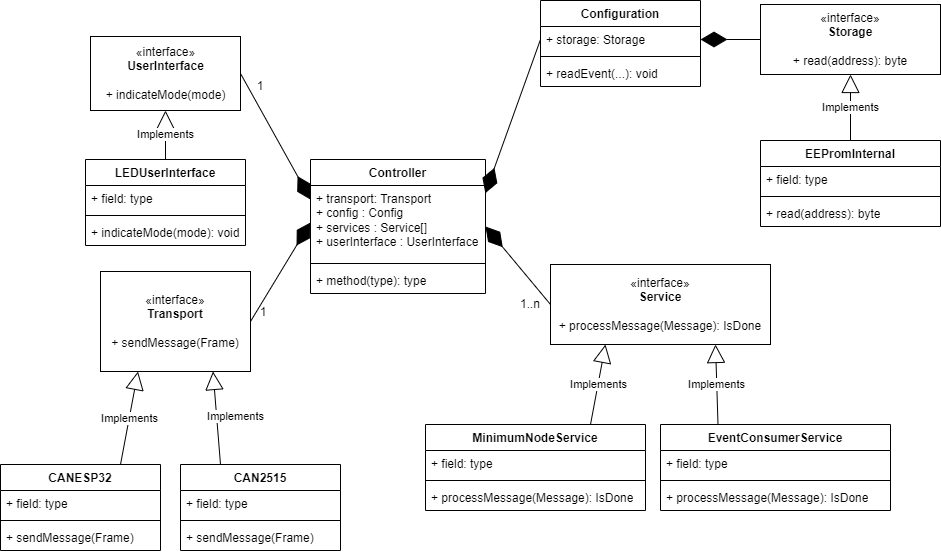
Before: docs/VLCB-Arduino-Classes.png, a diagram exported from draw.io (SvenRosvall/VLCB-Arduino). Source tidied: cells renumbered, new cells last; positions are measured from the earlier drawing's top-left corner, leaving out a move shared by most shapes.
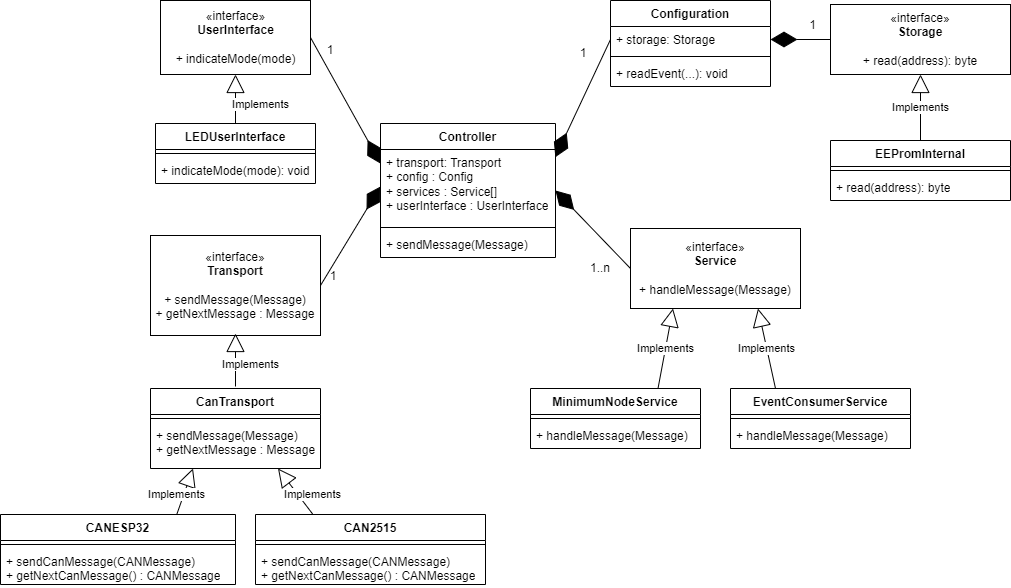
Later version of the same file.

Commit message:
Add documentation on CAN Transport.

Change to the diagram source:
```diff
@@ -11,79 +11,62 @@
     <mxCell id="4" style="line;strokeWidth=1;fillColor=none;align=left;verticalAlign=middle;spacingTop=-1;spacingLeft=3;spacingRight=3;labelPosition=right;strokeColor=inherit;" parent="2" vertex="1">
       <mxGeometry y="100" width="175" height="8" as="geometry" />
     </mxCell>
-    <mxCell id="5" value="+ method(type): type" style="text;strokeColor=none;fillColor=none;align=left;verticalAlign=top;spacingLeft=4;spacingRight=4;overflow=hidden;whiteSpace=wrap;html=1;" parent="2" vertex="1">
+    <mxCell id="5" value="+ sendMessage(Message)" style="text;strokeColor=none;fillColor=none;align=left;verticalAlign=top;spacingLeft=4;spacingRight=4;overflow=hidden;whiteSpace=wrap;html=1;" parent="2" vertex="1">
       <mxGeometry y="108" width="175" height="26" as="geometry" />
     </mxCell>
-    <mxCell id="6" value="«interface»&lt;br&gt;&lt;b&gt;Transport&lt;br&gt;&lt;br&gt;&lt;/b&gt;+ sendMessage(Frame)&lt;b&gt;&lt;br&gt;&lt;/b&gt;" style="html=1;whiteSpace=wrap;" parent="1" vertex="1">
-      <mxGeometry x="100" y="271" width="150" height="100" as="geometry" />
+    <mxCell id="6" value="«interface»&lt;br&gt;&lt;b&gt;Transport&lt;br&gt;&lt;br&gt;&lt;/b&gt;+ sendMessage(Message)&lt;br&gt;+ getNextMessage : Message" style="html=1;whiteSpace=wrap;" parent="1" vertex="1">
+      <mxGeometry x="80" y="271" width="170" height="100" as="geometry" />
     </mxCell>
-    <mxCell id="7" style="edgeStyle=orthogonalEdgeStyle;rounded=0;jettySize=auto;html=1;exitX=0.75;exitY=0;exitDx=0;exitDy=0;" parent="1" edge="1" source="8">
-      <mxGeometry relative="1" as="geometry">
-        <mxPoint x="310" y="474" as="targetPoint" />
-      </mxGeometry>
-    </mxCell>
     <mxCell id="8" value="CAN2515" style="swimlane;fontStyle=1;align=center;verticalAlign=top;horizontal=1;startSize=26;whiteSpace=wrap;html=1;" parent="1" vertex="1">
-      <mxGeometry x="180" y="464" width="160" height="86" as="geometry" />
+      <mxGeometry x="185" y="550" width="230" height="70" as="geometry" />
     </mxCell>
-    <mxCell id="9" value="+ field: type" style="text;strokeColor=none;fillColor=none;align=left;verticalAlign=top;spacingLeft=4;spacingRight=4;overflow=hidden;whiteSpace=wrap;html=1;" parent="8" vertex="1">
-      <mxGeometry y="26" width="160" height="26" as="geometry" />
-    </mxCell>
     <mxCell id="10" style="line;strokeWidth=1;fillColor=none;align=left;verticalAlign=middle;spacingTop=-1;spacingLeft=3;spacingRight=3;labelPosition=right;strokeColor=inherit;" parent="8" vertex="1">
-      <mxGeometry y="52" width="160" height="8" as="geometry" />
+      <mxGeometry y="26" width="230" height="8" as="geometry" />
     </mxCell>
-    <mxCell id="11" value="+ sendMessage(Frame)" style="text;strokeColor=none;fillColor=none;align=left;verticalAlign=top;spacingLeft=4;spacingRight=4;overflow=hidden;whiteSpace=wrap;html=1;" parent="8" vertex="1">
-      <mxGeometry y="60" width="160" height="26" as="geometry" />
+    <mxCell id="11" value="+ sendCanMessage(CANMessage)&lt;br&gt;+ getNextCanMessage() : CANMessage" style="text;strokeColor=none;fillColor=none;align=left;verticalAlign=top;spacingLeft=4;spacingRight=4;overflow=hidden;whiteSpace=wrap;html=1;" parent="8" vertex="1">
+      <mxGeometry y="34" width="230" height="36" as="geometry" />
     </mxCell>
     <mxCell id="12" value="CANESP32" style="swimlane;fontStyle=1;align=center;verticalAlign=top;horizontal=1;startSize=26;whiteSpace=wrap;html=1;" parent="1" vertex="1">
-      <mxGeometry y="464" width="160" height="86" as="geometry" />
+      <mxGeometry x="-70" y="550" width="235" height="70" as="geometry" />
     </mxCell>
-    <mxCell id="13" value="+ field: type" style="text;strokeColor=none;fillColor=none;align=left;verticalAlign=top;spacingLeft=4;spacingRight=4;overflow=hidden;whiteSpace=wrap;html=1;" parent="12" vertex="1">
-      <mxGeometry y="26" width="160" height="26" as="geometry" />
-    </mxCell>
     <mxCell id="14" style="line;strokeWidth=1;fillColor=none;align=left;verticalAlign=middle;spacingTop=-1;spacingLeft=3;spacingRight=3;labelPosition=right;strokeColor=inherit;" parent="12" vertex="1">
-      <mxGeometry y="52" width="160" height="8" as="geometry" />
+      <mxGeometry y="26" width="235" height="8" as="geometry" />
     </mxCell>
-    <mxCell id="15" value="+ sendMessage(Frame)" style="text;strokeColor=none;fillColor=none;align=left;verticalAlign=top;spacingLeft=4;spacingRight=4;overflow=hidden;whiteSpace=wrap;html=1;" parent="12" vertex="1">
-      <mxGeometry y="60" width="160" height="26" as="geometry" />
+    <mxCell id="15" value="+ sendCanMessage(CANMessage)&lt;br&gt;+ getNextCanMessage() : CANMessage" style="text;strokeColor=none;fillColor=none;align=left;verticalAlign=top;spacingLeft=4;spacingRight=4;overflow=hidden;whiteSpace=wrap;html=1;" parent="12" vertex="1">
+      <mxGeometry y="34" width="235" height="36" as="geometry" />
     </mxCell>
-    <mxCell id="16" value="Implements" style="endArrow=block;endSize=16;endFill=0;html=1;rounded=0;entryX=0.75;entryY=1;entryDx=0;entryDy=0;exitX=0.25;exitY=0;exitDx=0;exitDy=0;" parent="1" edge="1" source="8" target="6">
-      <mxGeometry x="0.01" y="-19" relative="1" as="geometry" />
+    <mxCell id="16" value="Implements" style="endArrow=block;endSize=16;endFill=0;html=1;rounded=0;entryX=0.75;entryY=1;entryDx=0;entryDy=0;exitX=0.25;exitY=0;exitDx=0;exitDy=0;" parent="1" edge="1" source="8" target="53">
+      <mxGeometry x="-0.45" y="-12" relative="1" as="geometry" />
     </mxCell>
-    <mxCell id="17" value="Implements" style="endArrow=block;endSize=16;endFill=0;html=1;rounded=0;exitX=0.75;exitY=0;exitDx=0;exitDy=0;entryX=0.25;entryY=1;entryDx=0;entryDy=0;" parent="1" edge="1" source="12" target="6">
-      <mxGeometry relative="1" as="geometry" />
+    <mxCell id="17" value="Implements" style="endArrow=block;endSize=16;endFill=0;html=1;rounded=0;exitX=0.75;exitY=0;exitDx=0;exitDy=0;entryX=0.25;entryY=1;entryDx=0;entryDy=0;" parent="1" edge="1" source="12" target="53">
+      <mxGeometry x="-0.23" y="7" relative="1" as="geometry" />
     </mxCell>
     <mxCell id="18" style="endArrow=diamondThin;endFill=1;endSize=24;html=1;rounded=0;exitX=1;exitY=0.5;exitDx=0;exitDy=0;entryX=0;entryY=0.5;entryDx=0;entryDy=0;" parent="1" edge="1" source="6" target="3">
       <mxGeometry relative="1" as="geometry" />
     </mxCell>
-    <mxCell id="19" value="«interface»&lt;br&gt;&lt;b&gt;Service&lt;br&gt;&lt;br&gt;&lt;/b&gt;+ processMessage(Message): IsDone&lt;b&gt;&lt;br&gt;&lt;/b&gt;" style="html=1;whiteSpace=wrap;" parent="1" vertex="1">
-      <mxGeometry x="550" y="264" width="220" height="80" as="geometry" />
+    <mxCell id="19" value="«interface»&lt;br&gt;&lt;b&gt;Service&lt;br&gt;&lt;br&gt;&lt;/b&gt;+ handleMessage(Message)&lt;b&gt;&lt;br&gt;&lt;/b&gt;" style="html=1;whiteSpace=wrap;" parent="1" vertex="1">
+      <mxGeometry x="560" y="264" width="170" height="80" as="geometry" />
     </mxCell>
     <mxCell id="20" value="MinimumNodeService" style="swimlane;fontStyle=1;align=center;verticalAlign=top;horizontal=1;startSize=26;whiteSpace=wrap;html=1;" parent="1" vertex="1">
-      <mxGeometry x="425" y="424" width="220" height="86" as="geometry" />
+      <mxGeometry x="460" y="424" width="170" height="60" as="geometry" />
     </mxCell>
-    <mxCell id="21" value="+ field: type" style="text;strokeColor=none;fillColor=none;align=left;verticalAlign=top;spacingLeft=4;spacingRight=4;overflow=hidden;whiteSpace=wrap;html=1;" parent="20" vertex="1">
-      <mxGeometry y="26" width="220" height="26" as="geometry" />
-    </mxCell>
     <mxCell id="22" style="line;strokeWidth=1;fillColor=none;align=left;verticalAlign=middle;spacingTop=-1;spacingLeft=3;spacingRight=3;labelPosition=right;strokeColor=inherit;" parent="20" vertex="1">
-      <mxGeometry y="52" width="220" height="8" as="geometry" />
+      <mxGeometry y="26" width="170" height="8" as="geometry" />
     </mxCell>
-    <mxCell id="23" value="+ processMessage(Message): IsDone" style="text;strokeColor=none;fillColor=none;align=left;verticalAlign=top;spacingLeft=4;spacingRight=4;overflow=hidden;whiteSpace=wrap;html=1;" parent="20" vertex="1">
-      <mxGeometry y="60" width="220" height="26" as="geometry" />
+    <mxCell id="23" value="+ handleMessage(Message)" style="text;strokeColor=none;fillColor=none;align=left;verticalAlign=top;spacingLeft=4;spacingRight=4;overflow=hidden;whiteSpace=wrap;html=1;" parent="20" vertex="1">
+      <mxGeometry y="34" width="170" height="26" as="geometry" />
     </mxCell>
     <mxCell id="24" value="Implements" style="endArrow=block;endSize=16;endFill=0;html=1;rounded=0;entryX=0.25;entryY=1;entryDx=0;entryDy=0;exitX=0.75;exitY=0;exitDx=0;exitDy=0;" parent="1" edge="1" source="20" target="19">
       <mxGeometry relative="1" as="geometry" />
     </mxCell>
     <mxCell id="25" value="EventConsumerService" style="swimlane;fontStyle=1;align=center;verticalAlign=top;horizontal=1;startSize=26;whiteSpace=wrap;html=1;" parent="1" vertex="1">
-      <mxGeometry x="660" y="424" width="230" height="86" as="geometry" />
+      <mxGeometry x="660" y="424" width="180" height="60" as="geometry" />
     </mxCell>
-    <mxCell id="26" value="+ field: type" style="text;strokeColor=none;fillColor=none;align=left;verticalAlign=top;spacingLeft=4;spacingRight=4;overflow=hidden;whiteSpace=wrap;html=1;" parent="25" vertex="1">
-      <mxGeometry y="26" width="230" height="26" as="geometry" />
-    </mxCell>
     <mxCell id="27" style="line;strokeWidth=1;fillColor=none;align=left;verticalAlign=middle;spacingTop=-1;spacingLeft=3;spacingRight=3;labelPosition=right;strokeColor=inherit;" parent="25" vertex="1">
-      <mxGeometry y="52" width="230" height="8" as="geometry" />
+      <mxGeometry y="26" width="180" height="8" as="geometry" />
     </mxCell>
-    <mxCell id="28" value="+ processMessage(Message): IsDone" style="text;strokeColor=none;fillColor=none;align=left;verticalAlign=top;spacingLeft=4;spacingRight=4;overflow=hidden;whiteSpace=wrap;html=1;" parent="25" vertex="1">
-      <mxGeometry y="60" width="230" height="26" as="geometry" />
+    <mxCell id="28" value="+ handleMessage(Message)" style="text;strokeColor=none;fillColor=none;align=left;verticalAlign=top;spacingLeft=4;spacingRight=4;overflow=hidden;whiteSpace=wrap;html=1;" parent="25" vertex="1">
+      <mxGeometry y="34" width="180" height="26" as="geometry" />
     </mxCell>
     <mxCell id="29" value="Implements" style="endArrow=block;endSize=16;endFill=0;html=1;rounded=0;exitX=0.25;exitY=0;exitDx=0;exitDy=0;entryX=0.75;entryY=1;entryDx=0;entryDy=0;" parent="1" edge="1" source="25" target="19">
       <mxGeometry relative="1" as="geometry" />
@@ -98,10 +81,10 @@
       <mxGeometry x="238" y="300" width="50" height="23" as="geometry" />
     </mxCell>
     <mxCell id="33" value="«interface»&lt;br&gt;&lt;b&gt;Storage&lt;br&gt;&lt;br&gt;&lt;/b&gt;+ read(address): byte&lt;b&gt;&lt;br&gt;&lt;/b&gt;" style="html=1;whiteSpace=wrap;" parent="1" vertex="1">
-      <mxGeometry x="760" y="4" width="180" height="70" as="geometry" />
+      <mxGeometry x="760" y="40" width="180" height="70" as="geometry" />
     </mxCell>
     <mxCell id="34" value="Configuration" style="swimlane;fontStyle=1;align=center;verticalAlign=top;horizontal=1;startSize=26;whiteSpace=wrap;html=1;" parent="1" vertex="1">
-      <mxGeometry x="540" width="160" height="86" as="geometry" />
+      <mxGeometry x="540" y="36" width="160" height="86" as="geometry" />
     </mxCell>
     <mxCell id="35" value="+ storage: Storage" style="text;strokeColor=none;fillColor=none;align=left;verticalAlign=top;spacingLeft=4;spacingRight=4;overflow=hidden;points=[[0,0.5],[1,0.5]];portConstraint=eastwest;whiteSpace=wrap;html=1;" parent="34" vertex="1">
       <mxGeometry y="26" width="160" height="26" as="geometry" />
@@ -122,16 +105,13 @@
       <mxGeometry relative="1" as="geometry" />
     </mxCell>
     <mxCell id="41" value="EEPromInternal" style="swimlane;fontStyle=1;align=center;verticalAlign=top;horizontal=1;startSize=26;whiteSpace=wrap;html=1;" parent="1" vertex="1">
-      <mxGeometry x="760" y="140" width="180" height="86" as="geometry" />
+      <mxGeometry x="760" y="176" width="180" height="60" as="geometry" />
     </mxCell>
-    <mxCell id="42" value="+ field: type" style="text;strokeColor=none;fillColor=none;align=left;verticalAlign=top;spacingLeft=4;spacingRight=4;overflow=hidden;whiteSpace=wrap;html=1;" parent="41" vertex="1">
-      <mxGeometry y="26" width="180" height="26" as="geometry" />
-    </mxCell>
     <mxCell id="43" style="line;strokeWidth=1;fillColor=none;align=left;verticalAlign=middle;spacingTop=-1;spacingLeft=3;spacingRight=3;labelPosition=right;strokeColor=inherit;" parent="41" vertex="1">
-      <mxGeometry y="52" width="180" height="8" as="geometry" />
+      <mxGeometry y="26" width="180" height="8" as="geometry" />
     </mxCell>
     <mxCell id="44" value="+ read(address): byte" style="text;strokeColor=none;fillColor=none;align=left;verticalAlign=top;spacingLeft=4;spacingRight=4;overflow=hidden;whiteSpace=wrap;html=1;" parent="41" vertex="1">
-      <mxGeometry y="60" width="180" height="26" as="geometry" />
+      <mxGeometry y="34" width="180" height="26" as="geometry" />
     </mxCell>
     <mxCell id="45" value="«interface»&lt;br&gt;&lt;b&gt;UserInterface&lt;/b&gt;&lt;br&gt;&lt;br&gt;+ indicateMode(mode)" style="html=1;" parent="1" vertex="1">
       <mxGeometry x="90" y="36" width="150" height="74" as="geometry" />
@@ -143,19 +123,37 @@
       <mxGeometry x="235" y="74" width="50" height="23" as="geometry" />
     </mxCell>
     <mxCell id="48" value="LEDUserInterface" style="swimlane;fontStyle=1;align=center;verticalAlign=top;horizontal=1;startSize=26;" parent="1" vertex="1">
-      <mxGeometry x="85" y="159" width="160" height="86" as="geometry" />
+      <mxGeometry x="85" y="159" width="160" height="60" as="geometry" />
     </mxCell>
-    <mxCell id="49" value="+ field: type" style="text;strokeColor=none;fillColor=none;align=left;verticalAlign=top;spacingLeft=4;spacingRight=4;overflow=hidden;" parent="48" vertex="1">
-      <mxGeometry y="26" width="160" height="26" as="geometry" />
-    </mxCell>
     <mxCell id="50" style="line;strokeWidth=1;fillColor=none;align=left;verticalAlign=middle;spacingTop=-1;spacingLeft=3;spacingRight=3;labelPosition=right;strokeColor=inherit;" parent="48" vertex="1">
-      <mxGeometry y="52" width="160" height="8" as="geometry" />
+      <mxGeometry y="26" width="160" height="8" as="geometry" />
     </mxCell>
     <mxCell id="51" value="+ indicateMode(mode): void" style="text;strokeColor=none;fillColor=none;align=left;verticalAlign=top;spacingLeft=4;spacingRight=4;overflow=hidden;" parent="48" vertex="1">
-      <mxGeometry y="60" width="160" height="26" as="geometry" />
+      <mxGeometry y="34" width="160" height="26" as="geometry" />
     </mxCell>
     <mxCell id="52" value="Implements" style="endArrow=block;endSize=16;endFill=0;html=1;rounded=0;exitX=0.5;exitY=0;exitDx=0;exitDy=0;entryX=0.5;entryY=1;entryDx=0;entryDy=0;" parent="1" edge="1" source="48" target="45">
-      <mxGeometry relative="1" as="geometry" />
+      <mxGeometry x="-0.22" y="-25" relative="1" as="geometry" />
     </mxCell>
+    <mxCell id="53" value="CanTransport" style="swimlane;fontStyle=1;align=center;verticalAlign=top;horizontal=1;startSize=26;" parent="1" vertex="1">
+      <mxGeometry x="80" y="424" width="170" height="80" as="geometry" />
+    </mxCell>
+    <mxCell id="54" style="line;strokeWidth=1;fillColor=none;align=left;verticalAlign=middle;spacingTop=-1;spacingLeft=3;spacingRight=3;labelPosition=right;strokeColor=inherit;" parent="53" vertex="1">
+      <mxGeometry y="26" width="170" height="8" as="geometry" />
+    </mxCell>
+    <mxCell id="55" value="+ sendMessage(Message)&#10;+ getNextMessage : Message" style="text;strokeColor=none;fillColor=none;align=left;verticalAlign=top;spacingLeft=4;spacingRight=4;overflow=hidden;" parent="53" vertex="1">
+      <mxGeometry y="34" width="170" height="46" as="geometry" />
+    </mxCell>
+    <mxCell id="56" value="Implements" style="endArrow=block;endSize=16;endFill=0;html=1;rounded=0;entryX=0.5;entryY=1;entryDx=0;entryDy=0;exitX=0.5;exitY=0;exitDx=0;exitDy=0;" parent="1" edge="1">
+      <mxGeometry x="-0.17" y="-15" relative="1" as="geometry">
+        <mxPoint x="165" y="422" as="sourcePoint" />
+        <mxPoint x="165" y="369" as="targetPoint" />
+      </mxGeometry>
+    </mxCell>
+    <mxCell id="57" value="1" style="text;html=1;strokeColor=none;fillColor=none;align=center;verticalAlign=middle;whiteSpace=wrap;rounded=0;" parent="1" vertex="1">
+      <mxGeometry x="498" y="77" width="30" height="23" as="geometry" />
+    </mxCell>
+    <mxCell id="58" value="1" style="text;html=1;strokeColor=none;fillColor=none;align=center;verticalAlign=middle;whiteSpace=wrap;rounded=0;" parent="1" vertex="1">
+      <mxGeometry x="725" y="49" width="35" height="23" as="geometry" />
+    </mxCell>
   </root>
 </mxGraphModel>
```
